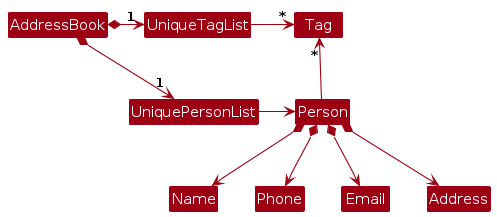
AY2627S1-CS2103T-T13-4/tp keeps this PlantUML diagram as diagrams/BetterModelClassDiagram.png. Above is the earlier version. Its source is kept beside it as diagrams/BetterModelClassDiagram.puml.
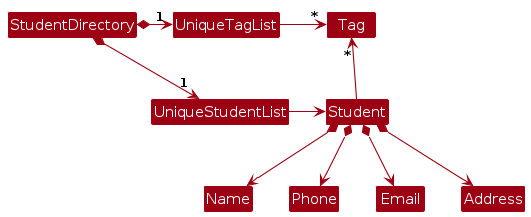
The same diagram one commit later.

The edit, as a diff of the source:
```diff
@@ -4,18 +4,18 @@
 skinparam arrowColor MODEL_COLOR
 skinparam classBackgroundColor MODEL_COLOR
 
-AddressBook *-right-> "1" UniquePersonList
-AddressBook *-right-> "1" UniqueTagList
-UniqueTagList -[hidden]down- UniquePersonList
-UniqueTagList -[hidden]down- UniquePersonList
+StudentDirectory *-right-> "1" UniqueStudentList
+StudentDirectory *-right-> "1" UniqueTagList
+UniqueTagList -[hidden]down- UniqueStudentList
+UniqueTagList -[hidden]down- UniqueStudentList
 
 UniqueTagList -right-> "*" Tag
-UniquePersonList -right-> Person
+UniqueStudentList -right-> Student
 
-Person -up-> "*" Tag
+Student -up-> "*" Tag
 
-Person *--> Name
-Person *--> Phone
-Person *--> Email
-Person *--> Address
+Student *--> Name
+Student *--> Phone
+Student *--> Email
+Student *--> Address
 @enduml
```
